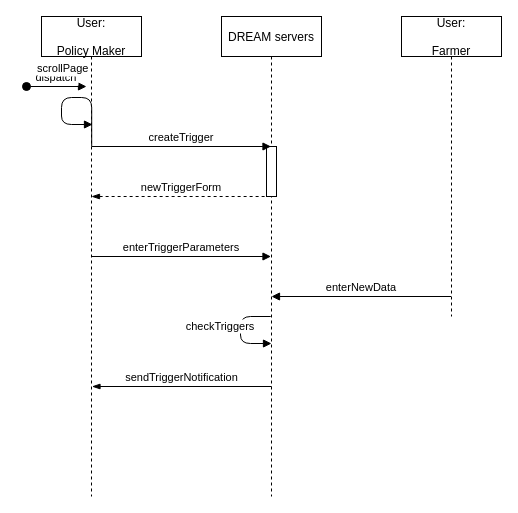
gabrielemarra/DREAM-ProjectDesign keeps this draw.io diagram as page "SetTrigger" (3 of 3) of RasdDoc/Files/sequence_disgrams/policyMakerSequenceDia.drawio. Above is the earlier version. Source tidied: cells renumbered, new cells numbered last; positions are measured from the earlier drawing's top-left corner, leaving out a move shared by most shapes. Both pictures are drawn from the tidied source at 100%, with x=0, y=0 at pixel (26, 16).
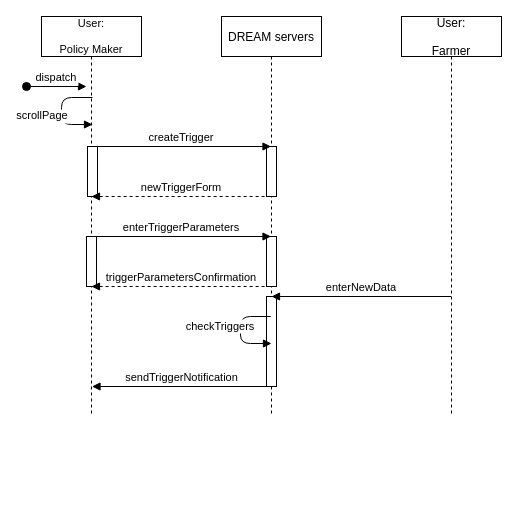
Above is the later version.

Commit message (it also covers changes not shown here):
minor edits to policy maker seq diag

Diff of the diagram source:
```diff
@@
-    <mxCell id="2" value="User: &#10;&#10;Policy Maker" style="shape=umlLifeline;perimeter=lifelinePerimeter;rounded=0;shadow=0;strokeWidth=1;" parent="1" vertex="1">
-      <mxGeometry x="15" width="100" height="480" as="geometry" />
+    <mxCell id="2" value="User: &#10;&#10;Policy Maker" style="shape=umlLifeline;perimeter=lifelinePerimeter;rounded=0;shadow=0;strokeWidth=1;spacing=0;verticalAlign=bottom;spacingTop=0;fontSize=11;" parent="1" vertex="1">
+      <mxGeometry x="15" width="100" height="400" as="geometry" />
     </mxCell>
@@
-    <mxCell id="4" value="scrollPage" style="verticalAlign=bottom;endArrow=block;shadow=0;strokeWidth=1;edgeStyle=orthogonalEdgeStyle;exitX=0.502;exitY=0.27;exitDx=0;exitDy=0;exitPerimeter=0;" parent="2" edge="1" source="2">
-      <mxGeometry x="0.12" y="-20" relative="1" as="geometry">
+    <mxCell id="4" value="scrollPage" style="verticalAlign=bottom;endArrow=block;shadow=0;strokeWidth=1;edgeStyle=orthogonalEdgeStyle;" parent="2" edge="1">
+      <mxGeometry x="0.55" y="-30" relative="1" as="geometry">
+        <mxPoint x="51" y="81" as="sourcePoint" />
         <mxPoint x="51" y="108" as="targetPoint" />
         <Array as="points">
           <mxPoint x="20" y="81" />
           <mxPoint x="20" y="108" />
         </Array>
+        <mxPoint x="-30" y="-30" as="offset" />
       </mxGeometry>
     </mxCell>
+    <mxCell id="14" style="perimeter=orthogonalPerimeter;rounded=0;shadow=0;strokeWidth=1;" parent="2" vertex="1">
+      <mxGeometry x="46" y="130" width="10" height="50" as="geometry" />
+    </mxCell>
+    <mxCell id="15" style="perimeter=orthogonalPerimeter;rounded=0;shadow=0;strokeWidth=1;" parent="2" vertex="1">
+      <mxGeometry x="45" y="220" width="10" height="50" as="geometry" />
+    </mxCell>
     <mxCell id="5" value="DREAM servers" style="shape=umlLifeline;perimeter=lifelinePerimeter;rounded=0;shadow=0;strokeWidth=1;" parent="1" vertex="1">
-      <mxGeometry x="195" width="100" height="480" as="geometry" />
+      <mxGeometry x="195" width="100" height="400" as="geometry" />
     </mxCell>
@@
-    <mxCell id="7" value="sendTriggerNotification" style="verticalAlign=bottom;endArrow=none;exitX=1;exitY=0.95;shadow=0;strokeWidth=1;endFill=0;startArrow=blockThin;startFill=1;" parent="5" edge="1">
+    <mxCell id="7" value="sendTriggerNotification" style="verticalAlign=bottom;endArrow=none;exitX=1;exitY=0.95;shadow=0;strokeWidth=1;endFill=0;startArrow=block;startFill=1;" parent="5" edge="1">
       <mxGeometry relative="1" as="geometry">
         <mxPoint x="-129.5" y="370" as="sourcePoint" />
         <mxPoint x="50" y="370" as="targetPoint" />
       </mxGeometry>
     </mxCell>
+    <mxCell id="16" style="perimeter=orthogonalPerimeter;rounded=0;shadow=0;strokeWidth=1;" parent="5" vertex="1">
+      <mxGeometry x="45" y="220" width="10" height="50" as="geometry" />
+    </mxCell>
+    <mxCell id="17" style="perimeter=orthogonalPerimeter;rounded=0;shadow=0;strokeWidth=1;" parent="5" vertex="1">
+      <mxGeometry x="45" y="280" width="10" height="90" as="geometry" />
+    </mxCell>
@@
     <mxCell id="9" value="User: &#10;&#10;Farmer" style="shape=umlLifeline;perimeter=lifelinePerimeter;rounded=0;shadow=0;strokeWidth=1;" parent="1" vertex="1">
-      <mxGeometry x="375" width="100" height="300" as="geometry" />
+      <mxGeometry x="375" width="100" height="400" as="geometry" />
     </mxCell>
-    <mxCell id="10" value="newTriggerForm" style="verticalAlign=bottom;endArrow=none;exitX=1;exitY=0.95;shadow=0;strokeWidth=1;endFill=0;startArrow=blockThin;startFill=1;dashed=1;" parent="1" edge="1">
+    <mxCell id="10" value="newTriggerForm" style="verticalAlign=bottom;endArrow=none;exitX=1;exitY=0.95;shadow=0;strokeWidth=1;endFill=0;startArrow=block;startFill=1;dashed=1;" parent="1" edge="1">
       <mxGeometry relative="1" as="geometry">
         <mxPoint x="65" y="180" as="sourcePoint" />
         <mxPoint x="244.5" y="180" as="targetPoint" />
       </mxGeometry>
     </mxCell>
     <mxCell id="11" value="enterTriggerParameters" style="verticalAlign=bottom;endArrow=block;exitX=1;exitY=0.95;shadow=0;strokeWidth=1;endFill=1;" parent="1" edge="1">
       <mxGeometry relative="1" as="geometry">
-        <mxPoint x="65" y="240" as="sourcePoint" />
-        <mxPoint x="244.5" y="240" as="targetPoint" />
+        <mxPoint x="65" y="220" as="sourcePoint" />
+        <mxPoint x="244.5" y="220" as="targetPoint" />
       </mxGeometry>
     </mxCell>
@@
+    <mxCell id="18" value="triggerParametersConfirmation" style="verticalAlign=bottom;endArrow=none;exitX=1;exitY=0.95;shadow=0;strokeWidth=1;endFill=0;startArrow=block;startFill=1;dashed=1;" parent="1" edge="1">
+      <mxGeometry relative="1" as="geometry">
+        <mxPoint x="65" y="270" as="sourcePoint" />
+        <mxPoint x="244.5" y="270" as="targetPoint" />
+      </mxGeometry>
+    </mxCell>
```
